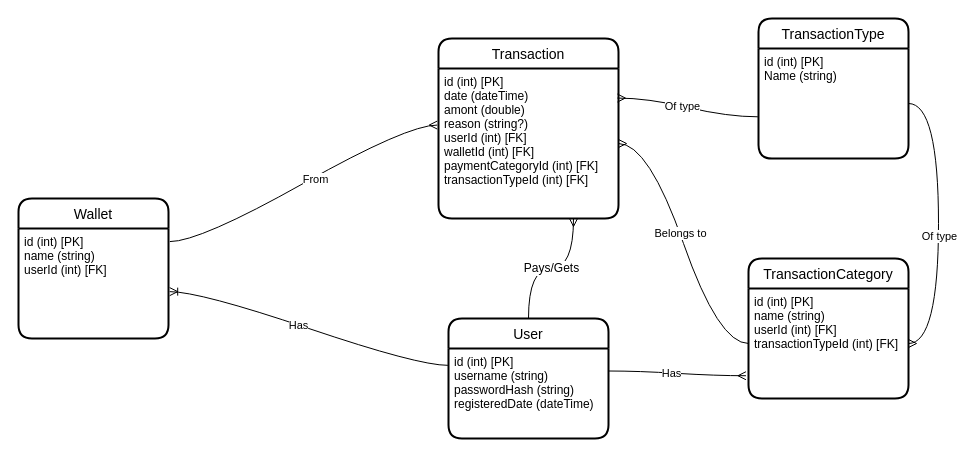
Above: Data Model/Logical model.drawio in Shukridozom/Personal_Money_Tracker (draw.io), before the change. Source tidied: cells renumbered, new cells numbered last; positions are measured from the earlier drawing's top-left corner, leaving out a move shared by most shapes. Both pictures are drawn from the tidied source at 100%, with x=0, y=0 at pixel (18, 18).
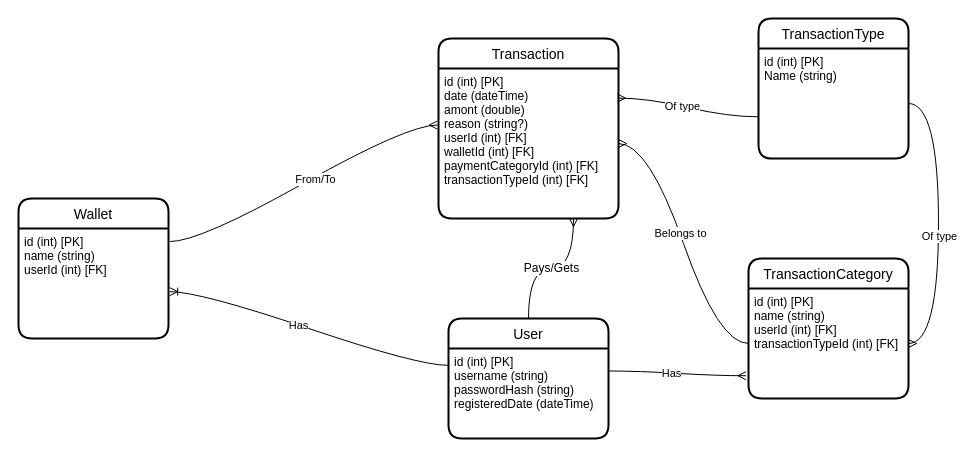
The same diagram, later.

Commit message (it also covers changes not shown here):
Edit the conceptual & logical models

The change refers to these unchanged cells:
```xml
<mxCell id="8" style="edgeStyle=entityRelationEdgeStyle;fontSize=12;html=1;endArrow=ERmany;startArrow=none;entryX=-0.007;entryY=0.377;entryDx=0;entryDy=0;entryPerimeter=0;exitX=1.009;exitY=0.119;exitDx=0;exitDy=0;exitPerimeter=0;curved=1;startFill=0;" parent="1" edge="1" source="7" target="5">
  <mxGeometry relative="1" as="geometry" />
</mxCell>
```

Change to the diagram source:
```diff
@@
-    <mxCell id="9" value="From" style="edgeLabel;html=1;align=center;verticalAlign=middle;" parent="8" vertex="1">
+    <mxCell id="9" value="From/To" style="edgeLabel;html=1;align=center;verticalAlign=middle;" parent="8" vertex="1">
       <mxGeometry x="0.08" y="-2" relative="1" as="geometry" />
     </mxCell>
```
